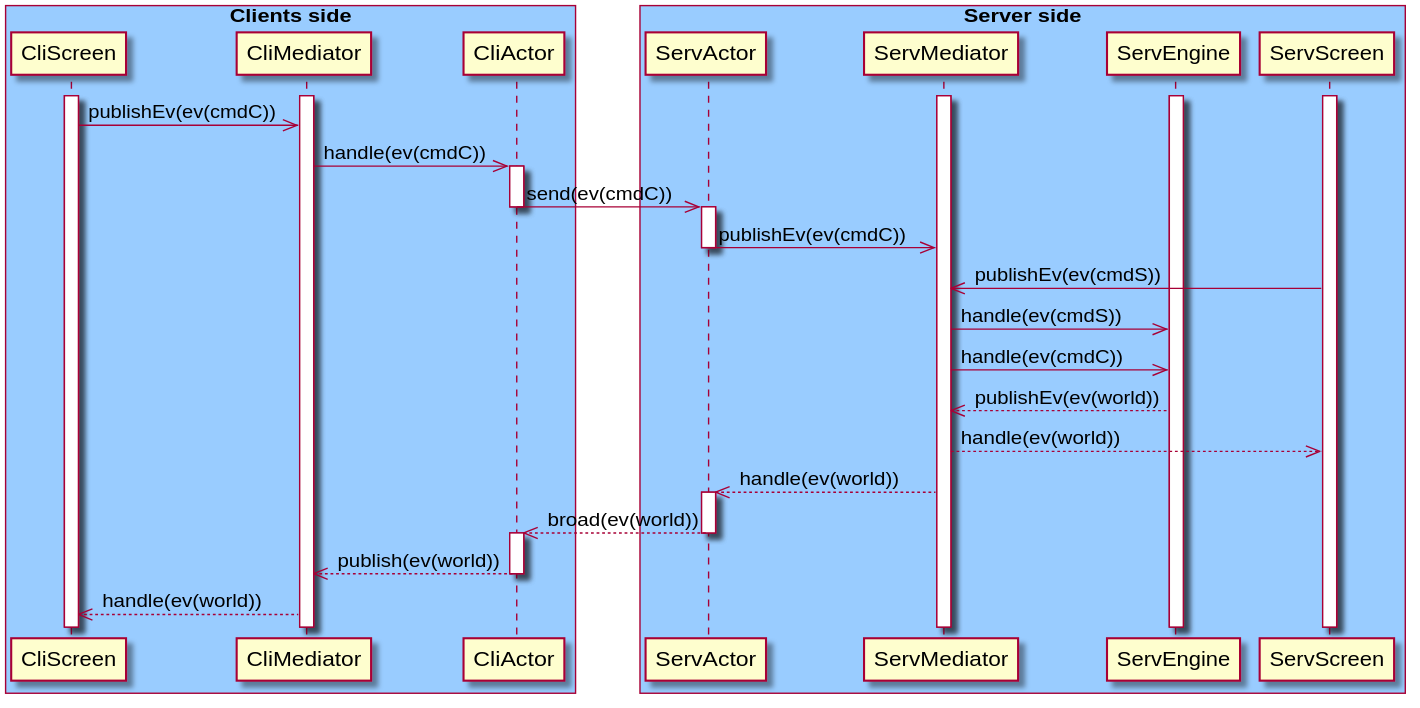
Above: plantuml/rendered/sequenceDiagrams/sequenceMediator.svg in Unibo-PPS-1920/pps1920-motoScala-report (PlantUML), before the change.
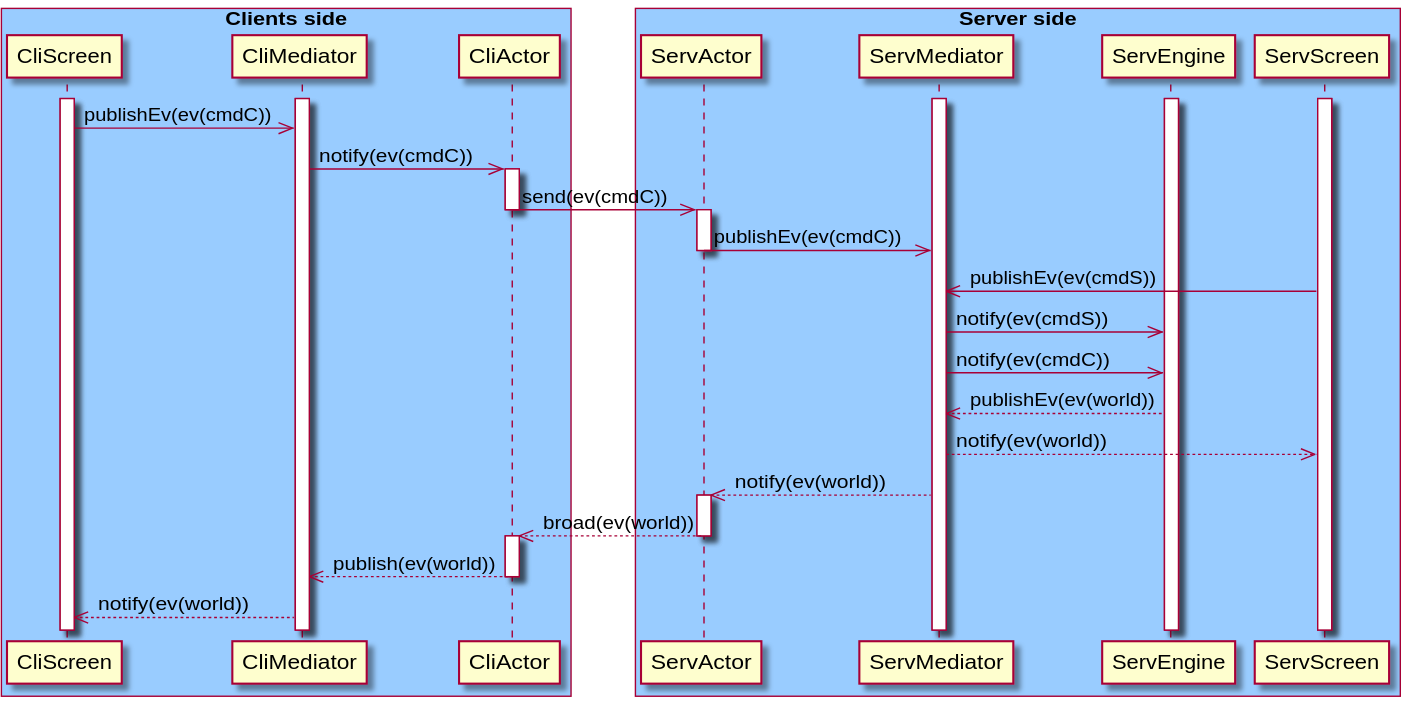
The same diagram one commit later.

Change to the diagram source:
```diff
@@ -18,7 +18,7 @@
     activate ServMediator
 
   CliScreen ->> CliMediator :publishEv(ev(cmdC))
-  CliMediator ->> CliActor :handle(ev(cmdC))
+  CliMediator ->> CliActor :notify(ev(cmdC))
   activate CliActor
   CliActor ->> ServActor :send(ev(cmdC))
   deactivate CliActor
@@ -26,16 +26,16 @@
   ServActor ->> ServMediator :publishEv(ev(cmdC))
   deactivate ServActor
   ServScreen ->> ServMediator :publishEv(ev(cmdS))
-  ServMediator ->> ServEngine :handle(ev(cmdS))
-   ServMediator ->> ServEngine :handle(ev(cmdC))
+  ServMediator ->> ServEngine :notify(ev(cmdS))
+   ServMediator ->> ServEngine :notify(ev(cmdC))
   ServEngine -->> ServMediator :publishEv(ev(world))
-  ServMediator -->> ServScreen :handle(ev(world))
-  ServMediator -->> ServActor :handle(ev(world))
+  ServMediator -->> ServScreen :notify(ev(world))
+  ServMediator -->> ServActor :notify(ev(world))
   activate ServActor
   ServActor -->> CliActor :broad(ev(world))
   deactivate ServActor
   activate CliActor
   CliActor -->> CliMediator :publish(ev(world))
   deactivate CliActor
-  CliMediator -->> CliScreen :handle(ev(world))
+  CliMediator -->> CliScreen :notify(ev(world))
 @enduml
```
